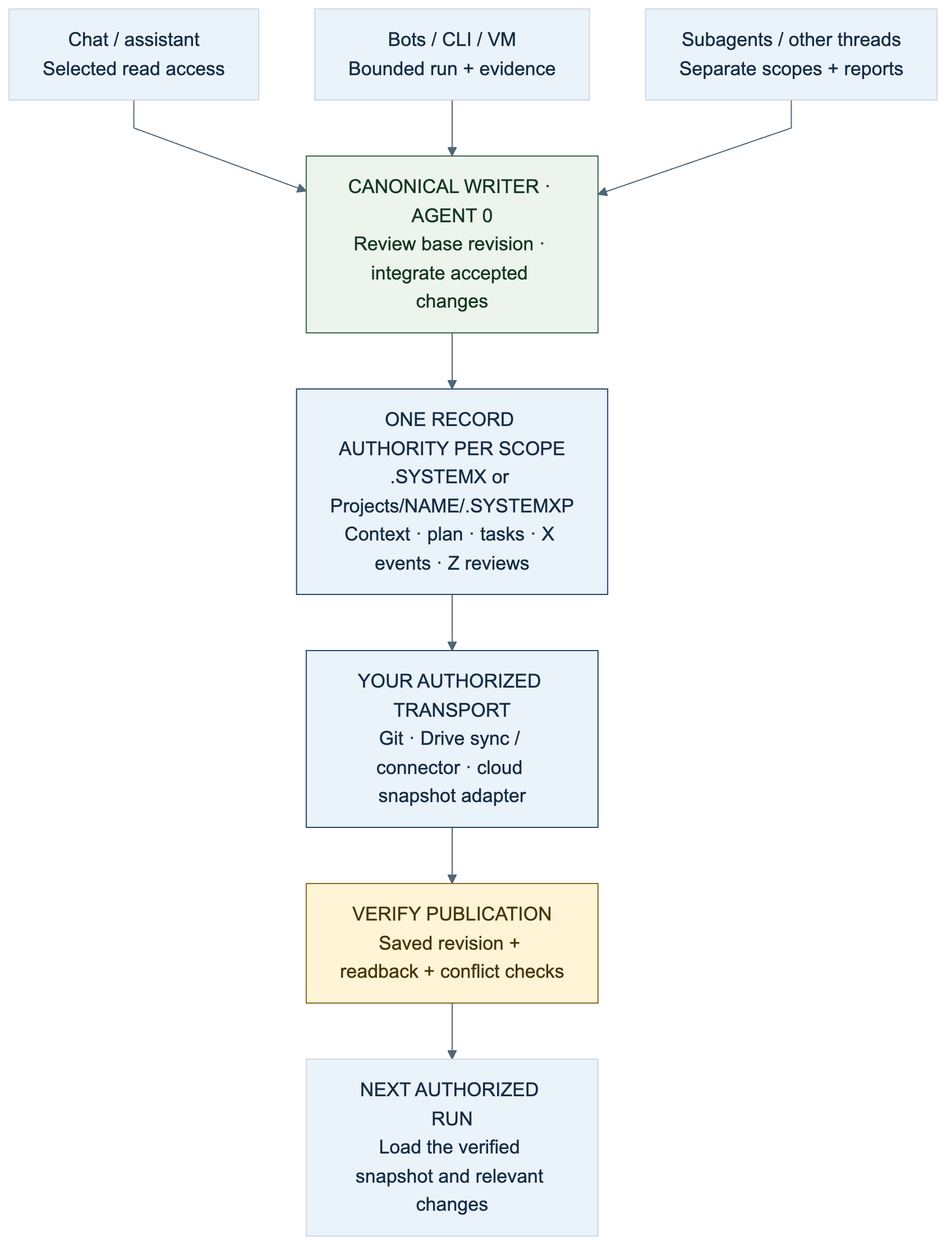
This is docs/assets/systemx-shared-workspace.png from WayneTechLab/dotSYSTEMX, a Mermaid export, as it was before one commit. Its source is kept beside it as docs/assets/systemx-shared-workspace.mmd. Its diagram source:
```mermaid
flowchart TB
  A["Chat / assistant<br/>Selected read access"] --> Owner["CANONICAL WRITER · AGENT 0<br/>Review base revision · integrate accepted changes"]
  B["Bots / CLI / VM<br/>Bounded run + evidence"] --> Owner
  C["Subagents / other threads<br/>Separate scopes + reports"] --> Owner
  Owner --> Records["ONE RECORD AUTHORITY PER SCOPE<br/>.SYSTEMX or Projects/NAME/.SYSTEMXP<br/>Context · plan · tasks · X events · Z reviews"]
  Records --> Transport["YOUR AUTHORIZED TRANSPORT<br/>Git · Drive sync / connector · cloud snapshot adapter"]
  Transport --> Verify["VERIFY PUBLICATION<br/>Saved revision + readback + conflict checks"]
  Verify --> Next["NEXT AUTHORIZED RUN<br/>Load the verified snapshot and relevant changes"]
  classDef role fill:#ECF4ED,stroke:#38674B,color:#163721
  classDef data fill:#EAF2FA,stroke:#22476B,color:#142D45
  classDef gate fill:#FFF4D6,stroke:#8A6920,color:#4A3508
  class Owner role
  class Records,Transport data
  class Verify gate
```
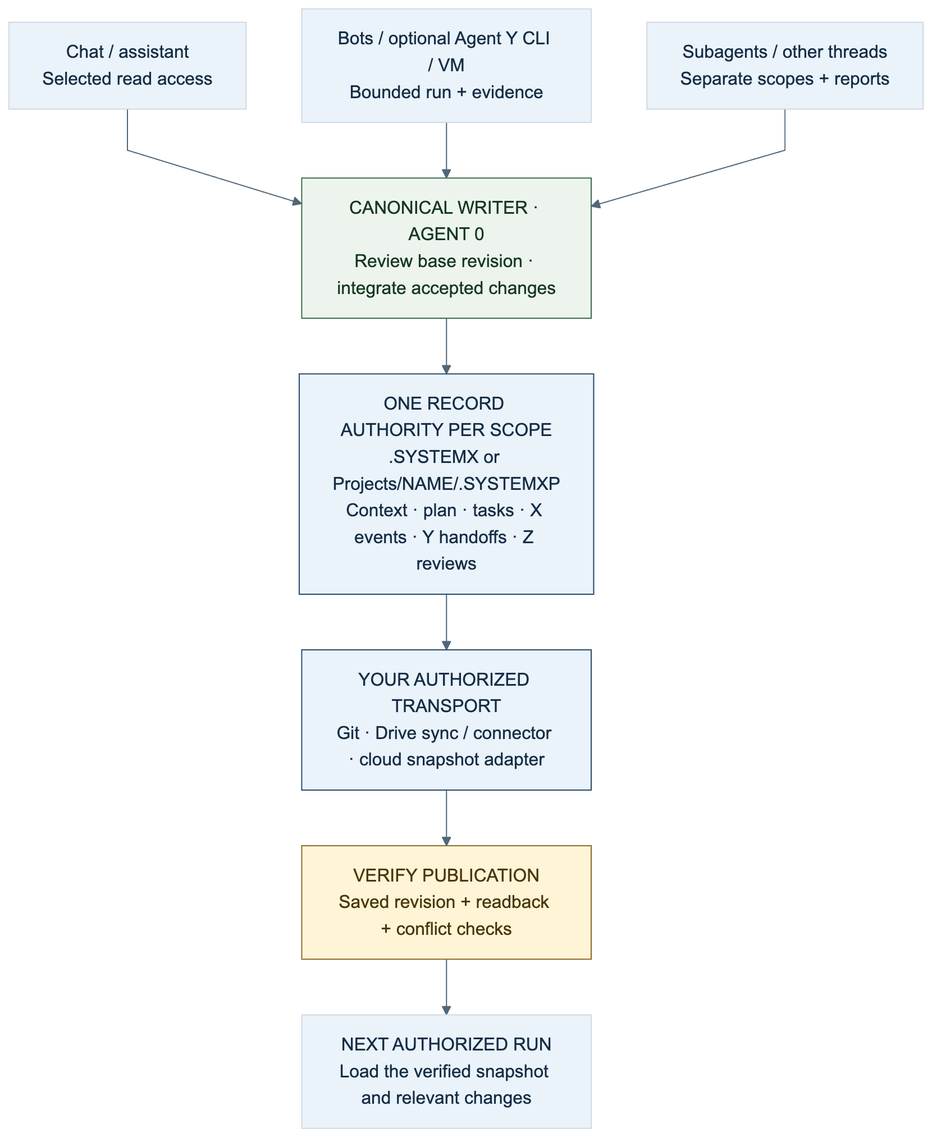
After the change.

What changed in the source:
```diff
@@ -1,8 +1,8 @@
 flowchart TB
   A["Chat / assistant<br/>Selected read access"] --> Owner["CANONICAL WRITER · AGENT 0<br/>Review base revision · integrate accepted changes"]
-  B["Bots / CLI / VM<br/>Bounded run + evidence"] --> Owner
+  B["Bots / optional Agent Y CLI / VM<br/>Bounded run + evidence"] --> Owner
   C["Subagents / other threads<br/>Separate scopes + reports"] --> Owner
-  Owner --> Records["ONE RECORD AUTHORITY PER SCOPE<br/>.SYSTEMX or Projects/NAME/.SYSTEMXP<br/>Context · plan · tasks · X events · Z reviews"]
+  Owner --> Records["ONE RECORD AUTHORITY PER SCOPE<br/>.SYSTEMX or Projects/NAME/.SYSTEMXP<br/>Context · plan · tasks · X events · Y handoffs · Z reviews"]
   Records --> Transport["YOUR AUTHORIZED TRANSPORT<br/>Git · Drive sync / connector · cloud snapshot adapter"]
   Transport --> Verify["VERIFY PUBLICATION<br/>Saved revision + readback + conflict checks"]
   Verify --> Next["NEXT AUTHORIZED RUN<br/>Load the verified snapshot and relevant changes"]
```
